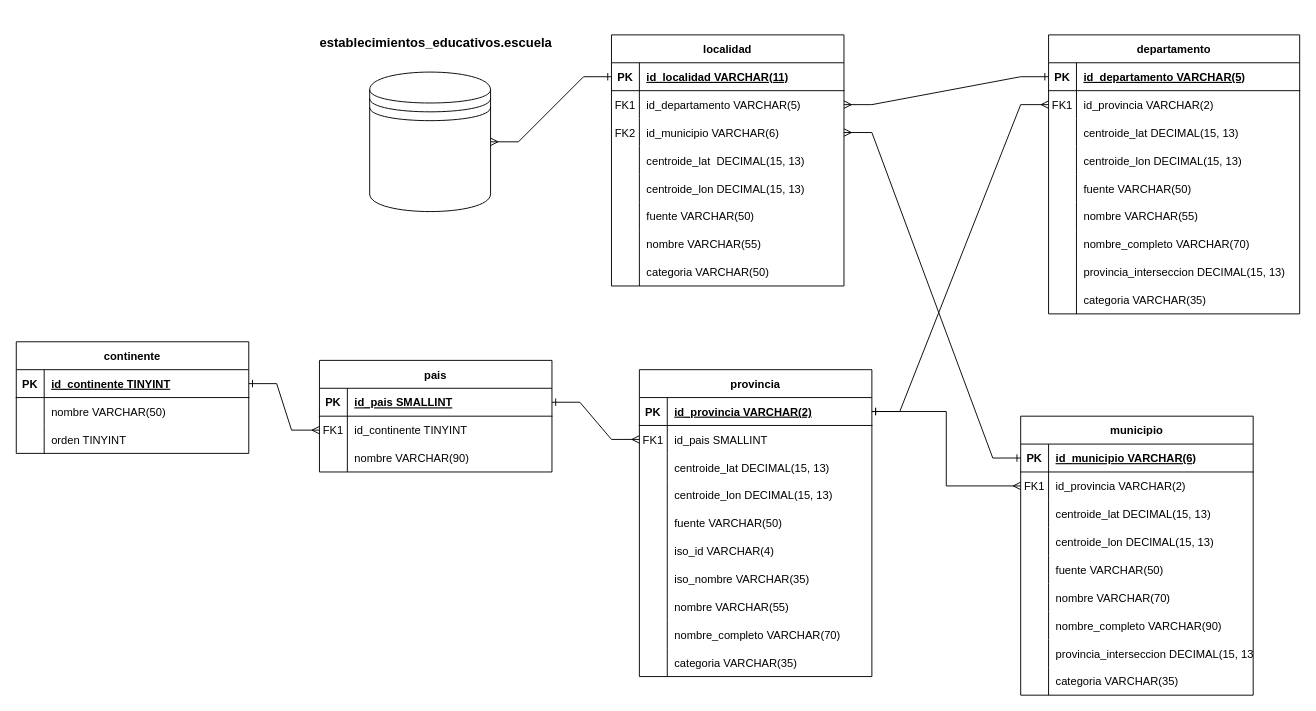
Earlier version of the draw.io diagram georef.drawio (Alexmdq80/SistemaGestionEscolar). Source tidied: cells renumbered, new cells numbered last; positions are measured from the earlier drawing's top-left corner, leaving out a move shared by most shapes. Both pictures are drawn from the tidied source at 93%, with x=0, y=0 at pixel (16, 16).
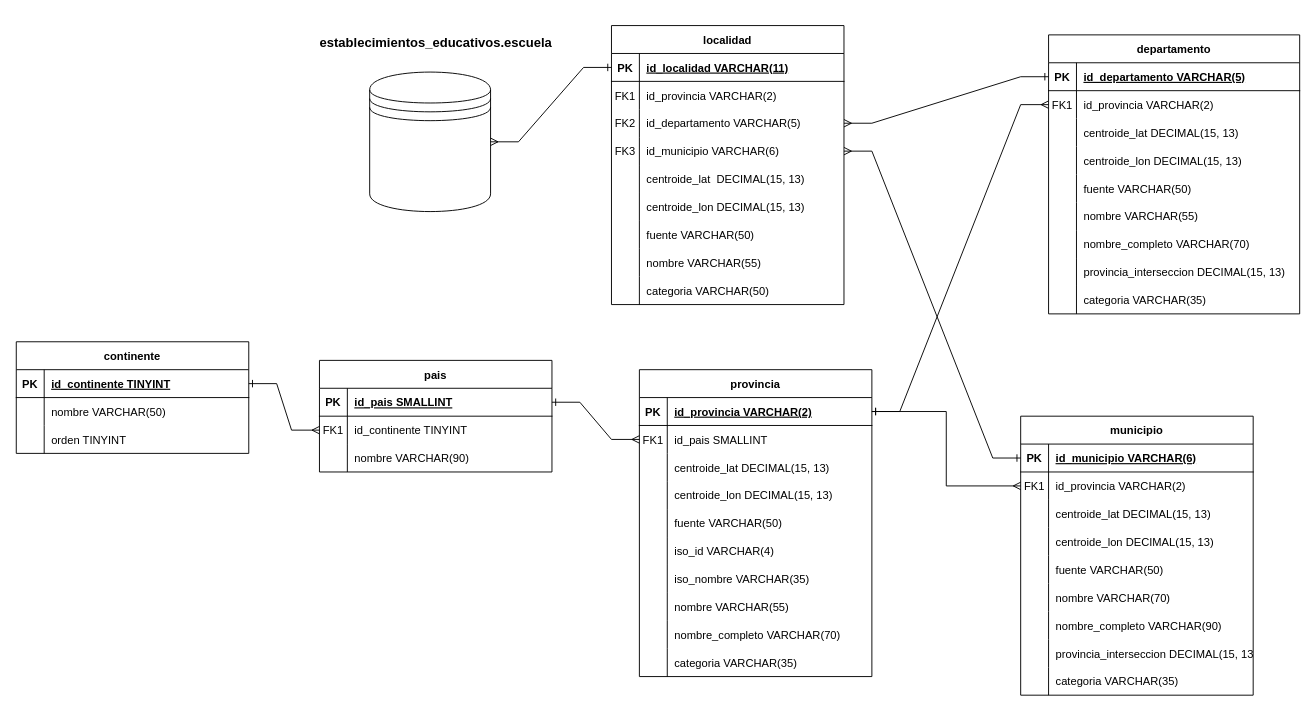
Above is the later version.

Diff of the diagram source:
```diff
@@
     <mxCell id="62" value="localidad" style="shape=table;startSize=30;childLayout=tableLayout;rowLines=0;fontStyle=1;align=center;" parent="1" vertex="1">
-      <mxGeometry x="640" y="20" width="250" height="270" as="geometry" />
+      <mxGeometry x="640" y="10" width="250" height="300" as="geometry" />
     </mxCell>
@@
+    <mxCell id="143" style="shape=partialRectangle;fillColor=none;top=0;left=0;right=0;bottom=0;" parent="62" vertex="1">
+      <mxGeometry y="60" width="250" height="30" as="geometry" />
+    </mxCell>
+    <mxCell id="144" value="FK1" style="shape=partialRectangle;overflow=hidden;fillColor=none;top=0;left=0;bottom=0;right=0;" parent="143" vertex="1">
+      <mxGeometry width="30" height="30" as="geometry" />
+    </mxCell>
+    <mxCell id="145" value="id_provincia VARCHAR(2)" style="shape=partialRectangle;overflow=hidden;fillColor=none;top=0;left=0;bottom=0;right=0;align=left;spacingLeft=6;" parent="143" vertex="1">
+      <mxGeometry x="30" width="220" height="30" as="geometry" />
+    </mxCell>
     <mxCell id="66" style="shape=partialRectangle;fillColor=none;points=[[0,0.5],[1,0.5]];portConstraint=eastwest;top=0;left=0;right=0;bottom=0;" parent="62" vertex="1">
-      <mxGeometry y="60" width="250" height="30" as="geometry" />
+      <mxGeometry y="90" width="250" height="30" as="geometry" />
     </mxCell>
-    <mxCell id="67" value="FK1" style="shape=partialRectangle;overflow=hidden;fillColor=none;top=0;left=0;bottom=0;right=0;" parent="66" vertex="1">
+    <mxCell id="67" value="FK2" style="shape=partialRectangle;overflow=hidden;fillColor=none;top=0;left=0;bottom=0;right=0;" parent="66" vertex="1">
       <mxGeometry width="30" height="30" as="geometry" />
     </mxCell>
@@
     <mxCell id="69" style="shape=partialRectangle;fillColor=none;points=[[0,0.5],[1,0.5]];portConstraint=eastwest;top=0;left=0;right=0;bottom=0;" parent="62" vertex="1">
-      <mxGeometry y="90" width="250" height="30" as="geometry" />
+      <mxGeometry y="120" width="250" height="30" as="geometry" />
     </mxCell>
-    <mxCell id="70" value="FK2" style="shape=partialRectangle;overflow=hidden;fillColor=none;top=0;left=0;bottom=0;right=0;" parent="69" vertex="1">
+    <mxCell id="70" value="FK3" style="shape=partialRectangle;overflow=hidden;fillColor=none;top=0;left=0;bottom=0;right=0;" parent="69" vertex="1">
       <mxGeometry width="30" height="30" as="geometry" />
     </mxCell>
@@
     <mxCell id="72" style="shape=partialRectangle;fillColor=none;top=0;left=0;right=0;bottom=0;" parent="62" vertex="1">
-      <mxGeometry y="120" width="250" height="30" as="geometry" />
+      <mxGeometry y="150" width="250" height="30" as="geometry" />
     </mxCell>
@@
     <mxCell id="75" style="shape=partialRectangle;fillColor=none;top=0;left=0;right=0;bottom=0;" parent="62" vertex="1">
-      <mxGeometry y="150" width="250" height="30" as="geometry" />
+      <mxGeometry y="180" width="250" height="30" as="geometry" />
     </mxCell>
@@
     <mxCell id="78" style="shape=partialRectangle;fillColor=none;top=0;left=0;right=0;bottom=0;" parent="62" vertex="1">
-      <mxGeometry y="180" width="250" height="30" as="geometry" />
+      <mxGeometry y="210" width="250" height="30" as="geometry" />
     </mxCell>
@@
     <mxCell id="81" style="shape=partialRectangle;fillColor=none;top=0;left=0;right=0;bottom=0;" parent="62" vertex="1">
-      <mxGeometry y="210" width="250" height="30" as="geometry" />
+      <mxGeometry y="240" width="250" height="30" as="geometry" />
     </mxCell>
@@
     <mxCell id="84" style="shape=partialRectangle;fillColor=none;top=0;left=0;right=0;bottom=0;" parent="62" vertex="1">
-      <mxGeometry y="240" width="250" height="30" as="geometry" />
+      <mxGeometry y="270" width="250" height="30" as="geometry" />
     </mxCell>
```
